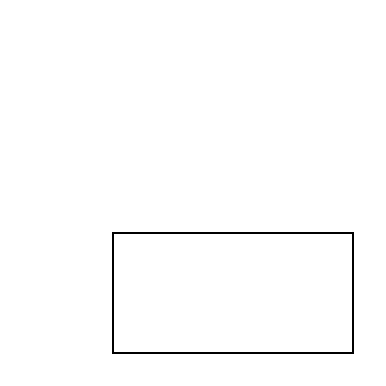
The draw.io diagram Untitled Diagram.drawio in Basenode/drawPic, before the edit. Source tidied: cells renumbered, new cells numbered last; positions are measured from the earlier drawing's top-left corner, leaving out a move shared by most shapes. Both pictures are drawn from the tidied source at 200%, with x=0, y=0 at pixel (112, 232).
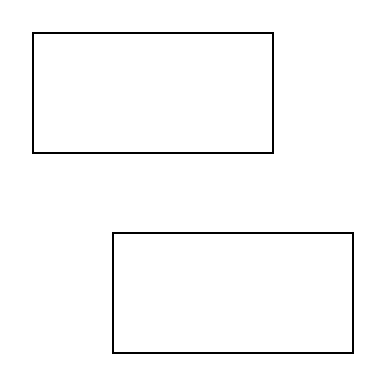
After the change.

What changed in the source:
```diff
@@
 <mxGraphModel>
   <root>
     <mxCell id="0" />
     <mxCell id="1" parent="0" />
     <mxCell id="2" style="rounded=0;whiteSpace=wrap;html=1;" parent="1" vertex="1">
       <mxGeometry width="120" height="60" as="geometry" />
     </mxCell>
+    <mxCell id="3" style="rounded=0;whiteSpace=wrap;html=1;" parent="1" vertex="1">
+      <mxGeometry x="-40" y="-100" width="120" height="60" as="geometry" />
+    </mxCell>
   </root>
 </mxGraphModel>
```
